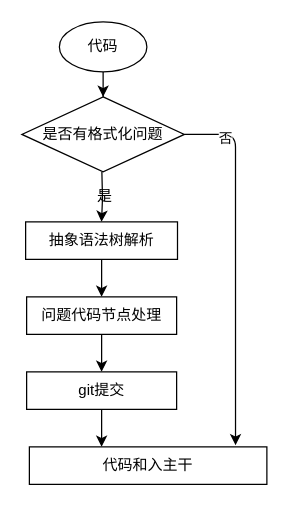
The draw.io diagram page "Page-1" (1 of 3) of patents.drawio in shinecjj/UML, before the edit. Source tidied: cells renumbered, new cells numbered last; positions are measured from the earlier drawing's top-left corner, leaving out a move shared by most shapes. Both pictures are drawn from the tidied source at 125%, with x=0, y=0 at pixel (21, 21).
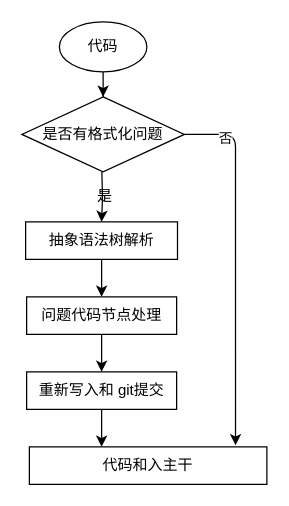
The same page after the edit.

The edit, as a diff of the source:
```diff
@@
 <mxGraphModel>
   <root>
     <mxCell id="0" />
     <mxCell id="1" parent="0" />
     <mxCell id="2" style="edgeStyle=orthogonalEdgeStyle;rounded=0;jettySize=auto;html=1;" parent="1" edge="1" source="3" target="4">
       <mxGeometry relative="1" as="geometry" />
     </mxCell>
     <mxCell id="3" value="代码" style="ellipse;whiteSpace=wrap;html=1;" parent="1" vertex="1">
       <mxGeometry x="30" width="70" height="40" as="geometry" />
     </mxCell>
     <mxCell id="4" value="是否有格式化问题" style="rhombus;whiteSpace=wrap;html=1;" parent="1" vertex="1">
       <mxGeometry y="60" width="130" height="60" as="geometry" />
     </mxCell>
     <mxCell id="5" style="edgeStyle=orthogonalEdgeStyle;rounded=0;jettySize=auto;html=1;" parent="1" edge="1" source="6" target="8">
       <mxGeometry relative="1" as="geometry" />
     </mxCell>
     <mxCell id="6" value="抽象语法树解析" style="rounded=0;whiteSpace=wrap;html=1;" parent="1" vertex="1">
       <mxGeometry x="3" y="160" width="121.5" height="30" as="geometry" />
     </mxCell>
     <mxCell id="7" style="edgeStyle=orthogonalEdgeStyle;rounded=0;jettySize=auto;html=1;" parent="1" edge="1" source="8" target="10">
       <mxGeometry relative="1" as="geometry" />
     </mxCell>
     <mxCell id="8" value="问题代码节点处理" style="rounded=0;whiteSpace=wrap;html=1;" parent="1" vertex="1">
       <mxGeometry x="3.8" y="220" width="120" height="30" as="geometry" />
     </mxCell>
     <mxCell id="9" style="edgeStyle=orthogonalEdgeStyle;rounded=0;jettySize=auto;html=1;" parent="1" edge="1" source="10" target="13">
       <mxGeometry relative="1" as="geometry">
         <Array as="points">
           <mxPoint x="64" y="340" />
           <mxPoint x="64" y="340" />
         </Array>
       </mxGeometry>
     </mxCell>
-    <mxCell id="10" value="git提交" style="rounded=0;whiteSpace=wrap;html=1;" parent="1" vertex="1">
+    <mxCell id="10" value="重新写入和 git提交" style="rounded=0;whiteSpace=wrap;html=1;" parent="1" vertex="1">
       <mxGeometry x="3.8" y="280" width="120" height="30" as="geometry" />
     </mxCell>
     <mxCell id="11" style="edgeStyle=orthogonalEdgeStyle;rounded=0;jettySize=auto;html=1;entryX=0.5;entryY=0;entryDx=0;entryDy=0;" parent="1" edge="1" target="6">
       <mxGeometry relative="1" as="geometry">
         <mxPoint x="64" y="120" as="sourcePoint" />
       </mxGeometry>
     </mxCell>
     <mxCell id="12" value="是" style="text;html=1;align=center;verticalAlign=middle;strokeColor=none;" parent="1" vertex="1">
       <mxGeometry x="51" y="130" width="30" height="20" as="geometry" />
     </mxCell>
     <mxCell id="13" value="代码和入主干" style="rounded=0;whiteSpace=wrap;html=1;" parent="1" vertex="1">
       <mxGeometry x="6" y="340" width="190" height="30" as="geometry" />
     </mxCell>
     <mxCell id="14" style="edgeStyle=segmentEdgeStyle;endArrow=classic;html=1;entryX=0.868;entryY=-0.045;entryDx=0;entryDy=0;entryPerimeter=0;exitX=1;exitY=0.5;exitDx=0;exitDy=0;" parent="1" edge="1" source="4" target="13">
       <mxGeometry relative="1" as="geometry" />
     </mxCell>
     <mxCell id="15" value="否" style="edgeLabel;html=1;align=center;verticalAlign=middle;" parent="14" vertex="1">
       <mxGeometry x="-0.78" y="-2" relative="1" as="geometry" />
     </mxCell>
   </root>
 </mxGraphModel>
```
